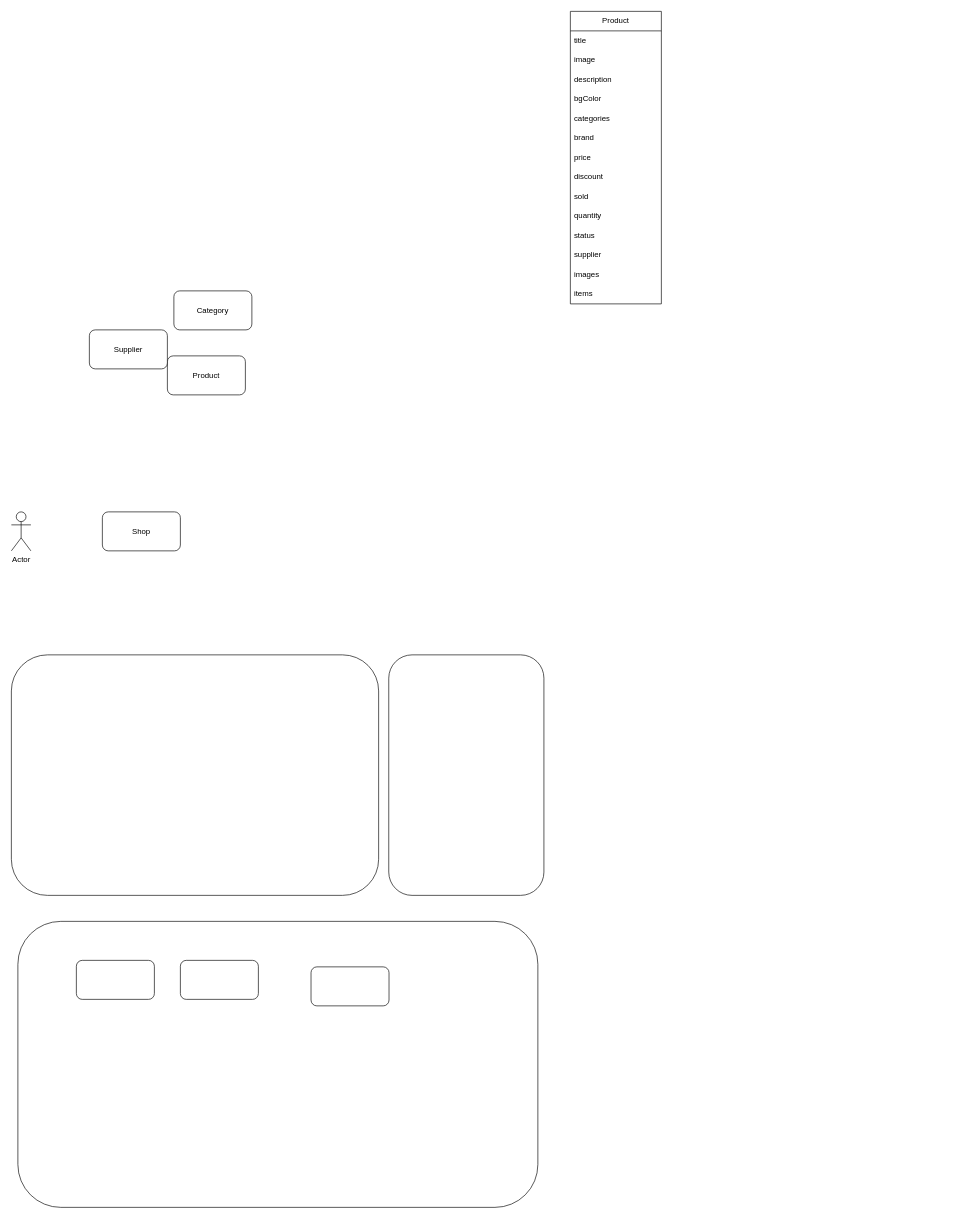
Above: docs/ProductModel.drawio in hexason/hexason_main (draw.io), before the change. Source tidied: cells renumbered, new cells numbered last; positions are measured from the earlier drawing's top-left corner, leaving out a move shared by most shapes. Both pictures are drawn from the tidied source at 65%, with x=0, y=0 at pixel (11, 11).
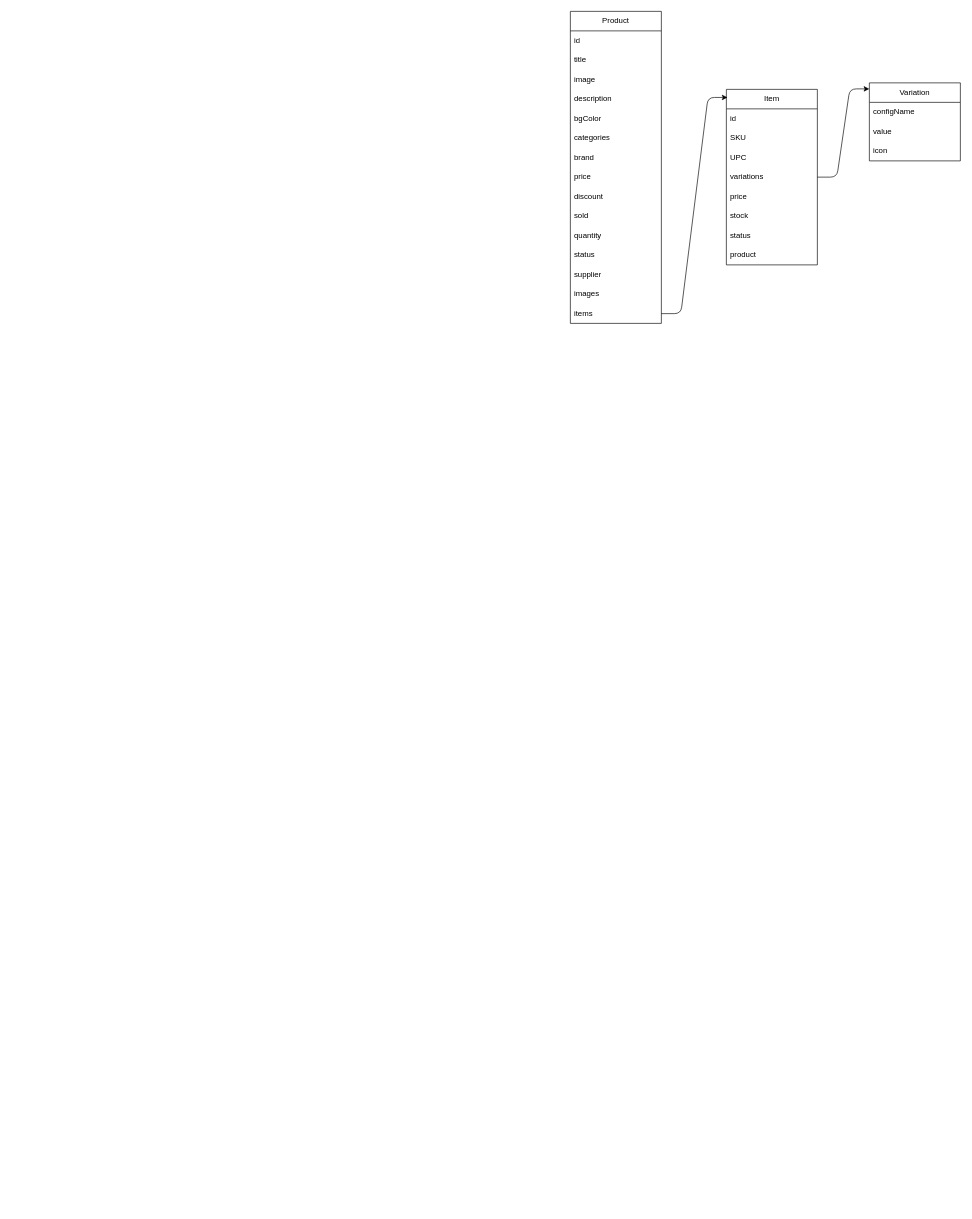
The same diagram, later.

Commit message:
prorduct model diagram

Change to the diagram source:
```diff
@@
     <mxCell id="2" value="Product" style="swimlane;fontStyle=0;horizontal=1;startSize=30;whiteSpace=wrap;html=1;" parent="1" vertex="1">
-      <mxGeometry x="860" width="140" height="450" as="geometry" />
+      <mxGeometry x="860" width="140" height="480" as="geometry" />
     </mxCell>
-    <mxCell id="3" value="title&lt;br&gt;" style="text;strokeColor=none;fillColor=none;align=left;verticalAlign=middle;spacingLeft=4;spacingRight=4;overflow=hidden;whiteSpace=wrap;html=1;" parent="2" vertex="1">
+    <mxCell id="3" value="id" style="text;strokeColor=none;fillColor=none;align=left;verticalAlign=middle;spacingLeft=4;spacingRight=4;overflow=hidden;whiteSpace=wrap;html=1;" parent="2" vertex="1">
       <mxGeometry y="30" width="140" height="30" as="geometry" />
     </mxCell>
+    <mxCell id="28" value="title&lt;br&gt;" style="text;strokeColor=none;fillColor=none;align=left;verticalAlign=middle;spacingLeft=4;spacingRight=4;overflow=hidden;whiteSpace=wrap;html=1;" parent="2" vertex="1">
+      <mxGeometry y="60" width="140" height="30" as="geometry" />
+    </mxCell>
     <mxCell id="4" value="image" style="text;strokeColor=none;fillColor=none;align=left;verticalAlign=middle;spacingLeft=4;spacingRight=4;overflow=hidden;whiteSpace=wrap;html=1;" parent="2" vertex="1">
-      <mxGeometry y="60" width="140" height="30" as="geometry" />
+      <mxGeometry y="90" width="140" height="30" as="geometry" />
     </mxCell>
     <mxCell id="5" value="description" style="text;strokeColor=none;fillColor=none;align=left;verticalAlign=middle;spacingLeft=4;spacingRight=4;overflow=hidden;whiteSpace=wrap;html=1;" parent="2" vertex="1">
-      <mxGeometry y="90" width="140" height="30" as="geometry" />
+      <mxGeometry y="120" width="140" height="30" as="geometry" />
     </mxCell>
     <mxCell id="6" value="bgColor" style="text;strokeColor=none;fillColor=none;align=left;verticalAlign=middle;spacingLeft=4;spacingRight=4;overflow=hidden;whiteSpace=wrap;html=1;" parent="2" vertex="1">
-      <mxGeometry y="120" width="140" height="30" as="geometry" />
+      <mxGeometry y="150" width="140" height="30" as="geometry" />
     </mxCell>
     <mxCell id="7" value="categories" style="text;strokeColor=none;fillColor=none;align=left;verticalAlign=middle;spacingLeft=4;spacingRight=4;overflow=hidden;whiteSpace=wrap;html=1;" parent="2" vertex="1">
-      <mxGeometry y="150" width="140" height="30" as="geometry" />
+      <mxGeometry y="180" width="140" height="30" as="geometry" />
     </mxCell>
     <mxCell id="8" value="brand&lt;br&gt;" style="text;strokeColor=none;fillColor=none;align=left;verticalAlign=middle;spacingLeft=4;spacingRight=4;overflow=hidden;whiteSpace=wrap;html=1;" parent="2" vertex="1">
-      <mxGeometry y="180" width="140" height="30" as="geometry" />
+      <mxGeometry y="210" width="140" height="30" as="geometry" />
     </mxCell>
     <mxCell id="9" value="price" style="text;strokeColor=none;fillColor=none;align=left;verticalAlign=middle;spacingLeft=4;spacingRight=4;overflow=hidden;whiteSpace=wrap;html=1;" parent="2" vertex="1">
-      <mxGeometry y="210" width="140" height="30" as="geometry" />
+      <mxGeometry y="240" width="140" height="30" as="geometry" />
     </mxCell>
     <mxCell id="10" value="discount" style="text;strokeColor=none;fillColor=none;align=left;verticalAlign=middle;spacingLeft=4;spacingRight=4;overflow=hidden;whiteSpace=wrap;html=1;" parent="2" vertex="1">
-      <mxGeometry y="240" width="140" height="30" as="geometry" />
+      <mxGeometry y="270" width="140" height="30" as="geometry" />
     </mxCell>
     <mxCell id="11" value="sold" style="text;strokeColor=none;fillColor=none;align=left;verticalAlign=middle;spacingLeft=4;spacingRight=4;overflow=hidden;whiteSpace=wrap;html=1;" parent="2" vertex="1">
-      <mxGeometry y="270" width="140" height="30" as="geometry" />
+      <mxGeometry y="300" width="140" height="30" as="geometry" />
     </mxCell>
     <mxCell id="12" value="quantity" style="text;strokeColor=none;fillColor=none;align=left;verticalAlign=middle;spacingLeft=4;spacingRight=4;overflow=hidden;whiteSpace=wrap;html=1;" parent="2" vertex="1">
-      <mxGeometry y="300" width="140" height="30" as="geometry" />
+      <mxGeometry y="330" width="140" height="30" as="geometry" />
     </mxCell>
     <mxCell id="13" value="status" style="text;strokeColor=none;fillColor=none;align=left;verticalAlign=middle;spacingLeft=4;spacingRight=4;overflow=hidden;whiteSpace=wrap;html=1;" parent="2" vertex="1">
-      <mxGeometry y="330" width="140" height="30" as="geometry" />
+      <mxGeometry y="360" width="140" height="30" as="geometry" />
     </mxCell>
     <mxCell id="14" value="supplier" style="text;strokeColor=none;fillColor=none;align=left;verticalAlign=middle;spacingLeft=4;spacingRight=4;overflow=hidden;whiteSpace=wrap;html=1;" parent="2" vertex="1">
-      <mxGeometry y="360" width="140" height="30" as="geometry" />
+      <mxGeometry y="390" width="140" height="30" as="geometry" />
     </mxCell>
     <mxCell id="15" value="images" style="text;strokeColor=none;fillColor=none;align=left;verticalAlign=middle;spacingLeft=4;spacingRight=4;overflow=hidden;whiteSpace=wrap;html=1;" parent="2" vertex="1">
-      <mxGeometry y="390" width="140" height="30" as="geometry" />
+      <mxGeometry y="420" width="140" height="30" as="geometry" />
     </mxCell>
     <mxCell id="16" value="items" style="text;strokeColor=none;fillColor=none;align=left;verticalAlign=middle;spacingLeft=4;spacingRight=4;overflow=hidden;points=[[0,0.5],[1,0.5]];portConstraint=eastwest;whiteSpace=wrap;html=1;" parent="2" vertex="1">
-      <mxGeometry y="420" width="140" height="30" as="geometry" />
+      <mxGeometry y="450" width="140" height="30" as="geometry" />
     </mxCell>
-    <mxCell id="17" value="Actor" style="shape=umlActor;verticalLabelPosition=bottom;verticalAlign=top;html=1;" parent="1" vertex="1">
-      <mxGeometry y="770" width="30" height="60" as="geometry" />
-    </mxCell>
-    <mxCell id="18" value="Product" style="rounded=1;whiteSpace=wrap;html=1;" parent="1" vertex="1">
-      <mxGeometry x="240" y="530" width="120" height="60" as="geometry" />
-    </mxCell>
-    <mxCell id="19" value="Supplier" style="rounded=1;whiteSpace=wrap;html=1;" parent="1" vertex="1">
-      <mxGeometry x="120" y="490" width="120" height="60" as="geometry" />
-    </mxCell>
-    <mxCell id="20" value="Category" style="rounded=1;whiteSpace=wrap;html=1;" parent="1" vertex="1">
-      <mxGeometry x="250" y="430" width="120" height="60" as="geometry" />
-    </mxCell>
-    <mxCell id="21" value="Shop" style="rounded=1;whiteSpace=wrap;html=1;" parent="1" vertex="1">
-      <mxGeometry x="140" y="770" width="120" height="60" as="geometry" />
-    </mxCell>
-    <mxCell id="22" style="rounded=1;whiteSpace=wrap;html=1;" parent="1" vertex="1">
-      <mxGeometry y="990" width="565" height="370" as="geometry" />
-    </mxCell>
-    <mxCell id="23" style="rounded=1;whiteSpace=wrap;html=1;" parent="1" vertex="1">
-      <mxGeometry x="580.6" y="990" width="238.7" height="370" as="geometry" />
-    </mxCell>
-    <mxCell id="24" style="rounded=1;whiteSpace=wrap;html=1;" parent="1" vertex="1">
-      <mxGeometry x="10" y="1400" width="800" height="440" as="geometry" />
-    </mxCell>
-    <mxCell id="25" style="rounded=1;whiteSpace=wrap;html=1;" parent="1" vertex="1">
-      <mxGeometry x="100" y="1460" width="120" height="60" as="geometry" />
-    </mxCell>
-    <mxCell id="26" style="rounded=1;whiteSpace=wrap;html=1;" parent="1" vertex="1">
-      <mxGeometry x="260" y="1460" width="120" height="60" as="geometry" />
-    </mxCell>
-    <mxCell id="27" style="rounded=1;whiteSpace=wrap;html=1;" parent="1" vertex="1">
-      <mxGeometry x="461" y="1470" width="120" height="60" as="geometry" />
-    </mxCell>
+    <mxCell id="29" value="Item" style="swimlane;fontStyle=0;horizontal=1;startSize=30;whiteSpace=wrap;html=1;" parent="1" vertex="1">
+      <mxGeometry x="1100" y="120" width="140" height="270" as="geometry" />
+    </mxCell>
+    <mxCell id="30" value="id" style="text;strokeColor=none;fillColor=none;align=left;verticalAlign=middle;spacingLeft=4;spacingRight=4;overflow=hidden;whiteSpace=wrap;html=1;" parent="29" vertex="1">
+      <mxGeometry y="30" width="140" height="30" as="geometry" />
+    </mxCell>
+    <mxCell id="31" value="SKU" style="text;strokeColor=none;fillColor=none;align=left;verticalAlign=middle;spacingLeft=4;spacingRight=4;overflow=hidden;whiteSpace=wrap;html=1;" parent="29" vertex="1">
+      <mxGeometry y="60" width="140" height="30" as="geometry" />
+    </mxCell>
+    <mxCell id="32" value="UPC" style="text;strokeColor=none;fillColor=none;align=left;verticalAlign=middle;spacingLeft=4;spacingRight=4;overflow=hidden;whiteSpace=wrap;html=1;" parent="29" vertex="1">
+      <mxGeometry y="90" width="140" height="30" as="geometry" />
+    </mxCell>
+    <mxCell id="33" value="variations" style="text;strokeColor=none;fillColor=none;align=left;verticalAlign=middle;spacingLeft=4;spacingRight=4;overflow=hidden;points=[[0,0.5],[1,0.5]];portConstraint=eastwest;whiteSpace=wrap;html=1;" parent="29" vertex="1">
+      <mxGeometry y="120" width="140" height="30" as="geometry" />
+    </mxCell>
+    <mxCell id="34" value="price&lt;br&gt;" style="text;strokeColor=none;fillColor=none;align=left;verticalAlign=middle;spacingLeft=4;spacingRight=4;overflow=hidden;whiteSpace=wrap;html=1;" parent="29" vertex="1">
+      <mxGeometry y="150" width="140" height="30" as="geometry" />
+    </mxCell>
+    <mxCell id="35" value="stock" style="text;strokeColor=none;fillColor=none;align=left;verticalAlign=middle;spacingLeft=4;spacingRight=4;overflow=hidden;whiteSpace=wrap;html=1;" parent="29" vertex="1">
+      <mxGeometry y="180" width="140" height="30" as="geometry" />
+    </mxCell>
+    <mxCell id="36" value="status" style="text;strokeColor=none;fillColor=none;align=left;verticalAlign=middle;spacingLeft=4;spacingRight=4;overflow=hidden;whiteSpace=wrap;html=1;" parent="29" vertex="1">
+      <mxGeometry y="210" width="140" height="30" as="geometry" />
+    </mxCell>
+    <mxCell id="37" value="product" style="text;strokeColor=none;fillColor=none;align=left;verticalAlign=middle;spacingLeft=4;spacingRight=4;overflow=hidden;whiteSpace=wrap;html=1;" parent="29" vertex="1">
+      <mxGeometry y="240" width="140" height="30" as="geometry" />
+    </mxCell>
+    <mxCell id="38" value="Variation" style="swimlane;fontStyle=0;horizontal=1;startSize=30;whiteSpace=wrap;html=1;" parent="1" vertex="1">
+      <mxGeometry x="1320" y="110" width="140" height="120" as="geometry" />
+    </mxCell>
+    <mxCell id="39" value="configName" style="text;strokeColor=none;fillColor=none;align=left;verticalAlign=middle;spacingLeft=4;spacingRight=4;overflow=hidden;whiteSpace=wrap;html=1;" parent="38" vertex="1">
+      <mxGeometry y="30" width="140" height="30" as="geometry" />
+    </mxCell>
+    <mxCell id="40" value="value" style="text;strokeColor=none;fillColor=none;align=left;verticalAlign=middle;spacingLeft=4;spacingRight=4;overflow=hidden;whiteSpace=wrap;html=1;" parent="38" vertex="1">
+      <mxGeometry y="60" width="140" height="30" as="geometry" />
+    </mxCell>
+    <mxCell id="41" value="icon" style="text;strokeColor=none;fillColor=none;align=left;verticalAlign=middle;spacingLeft=4;spacingRight=4;overflow=hidden;whiteSpace=wrap;html=1;" parent="38" vertex="1">
+      <mxGeometry y="90" width="140" height="30" as="geometry" />
+    </mxCell>
+    <mxCell id="42" style="edgeStyle=entityRelationEdgeStyle;html=1;entryX=0.012;entryY=0.046;entryDx=0;entryDy=0;entryPerimeter=0;" parent="1" edge="1" source="16" target="29">
+      <mxGeometry relative="1" as="geometry" />
+    </mxCell>
+    <mxCell id="43" style="edgeStyle=entityRelationEdgeStyle;html=1;entryX=-0.001;entryY=0.077;entryDx=0;entryDy=0;entryPerimeter=0;" parent="1" edge="1" source="33" target="38">
+      <mxGeometry relative="1" as="geometry" />
+    </mxCell>
```
